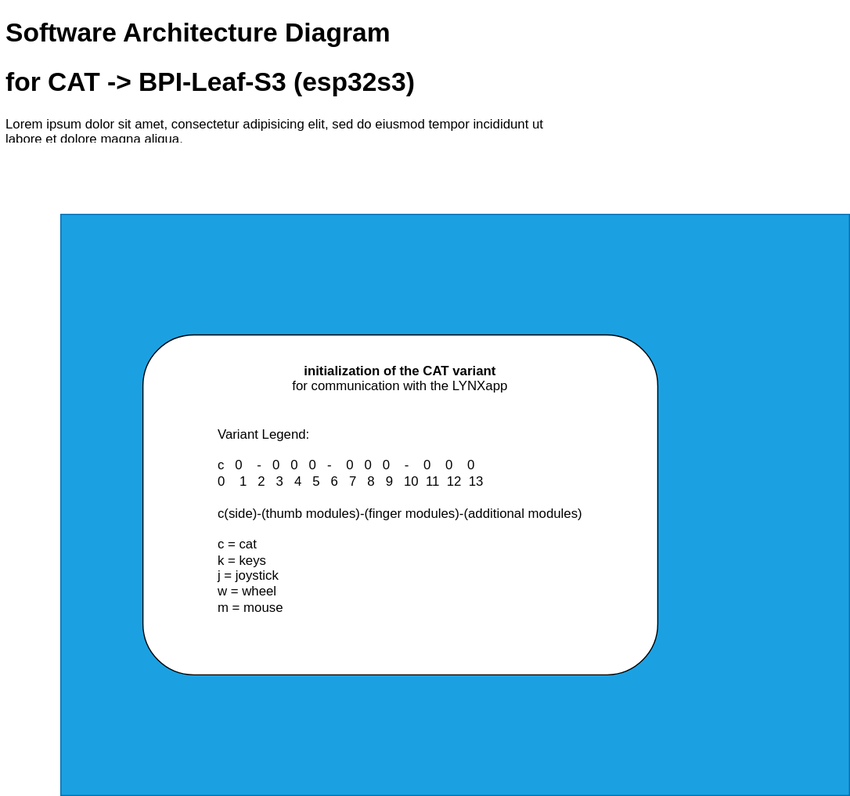
Before: images/SAD.svg, a diagram exported from draw.io (ApeDevil/cat_BPI-Leaf-S3). Source tidied: cells renumbered, new cells last; positions are measured from the earlier drawing's top-left corner, leaving out a move shared by most shapes.
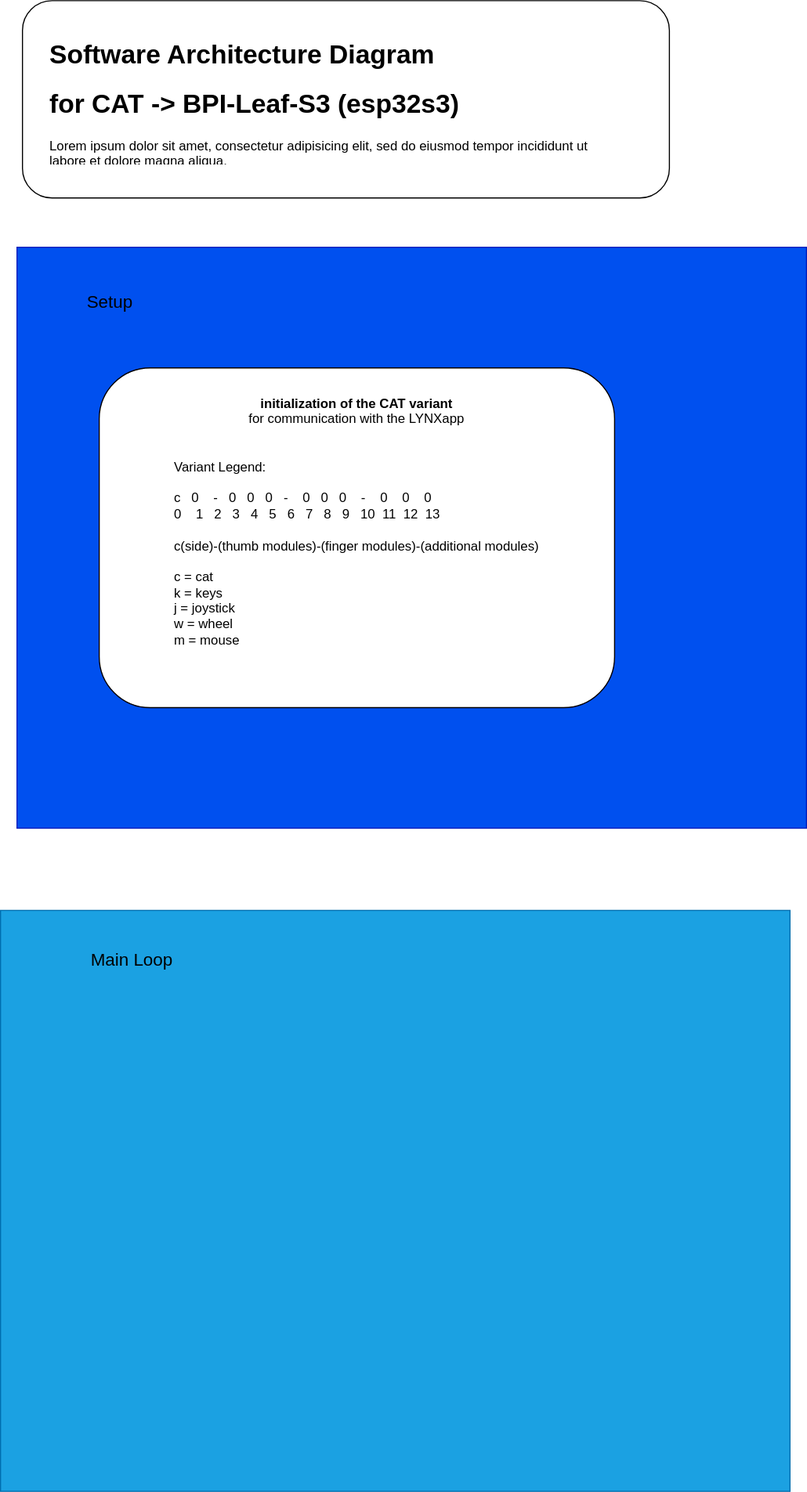
The same diagram one commit later.

What changed in the source:
```diff
@@ -2,14 +2,26 @@
   <root>
     <mxCell id="0" />
     <mxCell id="1" parent="0" />
+    <mxCell id="5" style="rounded=1;whiteSpace=wrap;html=1;" parent="1" vertex="1">
+      <mxGeometry x="60" y="-40" width="590" height="180" as="geometry" />
+    </mxCell>
-    <mxCell id="2" style="rounded=0;whiteSpace=wrap;html=1;fillColor=#1ba1e2;strokeColor=#006EAF;fontColor=#ffffff;" parent="1" vertex="1">
+    <mxCell id="2" style="rounded=0;whiteSpace=wrap;html=1;fillColor=#0050ef;strokeColor=#001DBC;fontColor=#ffffff;" parent="1" vertex="1">
       <mxGeometry x="55" y="185" width="720" height="530" as="geometry" />
     </mxCell>
     <mxCell id="3" value="&lt;h1&gt;Software Architecture Diagram&lt;/h1&gt;&lt;h1&gt;for CAT -&amp;gt; BPI-Leaf-S3 (esp32s3)&lt;/h1&gt;&lt;p&gt;Lorem ipsum dolor sit amet, consectetur adipisicing elit, sed do eiusmod tempor incididunt ut labore et dolore magna aliqua.&lt;/p&gt;" style="text;html=1;strokeColor=none;fillColor=none;spacing=5;spacingTop=-20;whiteSpace=wrap;overflow=hidden;rounded=0;" parent="1" vertex="1">
-      <mxGeometry width="530" height="120" as="geometry" />
+      <mxGeometry x="80" y="-10" width="530" height="120" as="geometry" />
     </mxCell>
     <mxCell id="4" value="&lt;b&gt;initialization of the CAT variant&lt;/b&gt;&lt;br&gt;for communication with the LYNXapp&lt;br&gt;&lt;br&gt;&lt;span style=&quot;background-color: initial;&quot;&gt;&lt;br&gt;&lt;div style=&quot;text-align: left;&quot;&gt;&lt;span style=&quot;background-color: initial;&quot;&gt;Variant Legend:&lt;/span&gt;&lt;/div&gt;&lt;/span&gt;&lt;div style=&quot;text-align: left;&quot;&gt;&lt;div&gt;&lt;br&gt;&lt;/div&gt;&lt;div&gt;c&amp;nbsp; &amp;nbsp;0&amp;nbsp; &amp;nbsp; -&amp;nbsp; &amp;nbsp;0&amp;nbsp; &amp;nbsp;0&amp;nbsp; &amp;nbsp;0&amp;nbsp; &amp;nbsp;-&amp;nbsp; &amp;nbsp; 0&amp;nbsp; &amp;nbsp;0&amp;nbsp; &amp;nbsp;0&amp;nbsp; &amp;nbsp; -&amp;nbsp; &amp;nbsp; 0&amp;nbsp; &amp;nbsp; 0&amp;nbsp; &amp;nbsp; 0&lt;/div&gt;&lt;div&gt;0&amp;nbsp; &amp;nbsp; 1&amp;nbsp; &amp;nbsp;2&amp;nbsp; &amp;nbsp;3&amp;nbsp; &amp;nbsp;4&amp;nbsp; &amp;nbsp;5&amp;nbsp; &amp;nbsp;6&amp;nbsp; &amp;nbsp;7&amp;nbsp; &amp;nbsp;8&amp;nbsp; &amp;nbsp;9&amp;nbsp; &amp;nbsp;10&amp;nbsp; 11&amp;nbsp; 12&amp;nbsp; 13&lt;/div&gt;&lt;div&gt;&lt;br&gt;&lt;/div&gt;&lt;div&gt;c(side)-(thumb modules)-(finger modules)-(additional modules)&lt;/div&gt;&lt;div&gt;&lt;br&gt;&lt;/div&gt;&lt;div&gt;c = cat&lt;/div&gt;&lt;div&gt;k = keys&lt;/div&gt;&lt;div&gt;j = joystick&lt;/div&gt;&lt;div&gt;w = wheel&lt;/div&gt;&lt;div&gt;m = mouse&lt;/div&gt;&lt;div&gt;&lt;br&gt;&lt;/div&gt;&lt;div&gt;&lt;br&gt;&lt;/div&gt;&lt;/div&gt;" style="rounded=1;whiteSpace=wrap;html=1;" parent="1" vertex="1">
       <mxGeometry x="130" y="295" width="470" height="310" as="geometry" />
     </mxCell>
+    <mxCell id="6" style="rounded=0;whiteSpace=wrap;html=1;fillColor=#1ba1e2;strokeColor=#006EAF;fontColor=#ffffff;" parent="1" vertex="1">
+      <mxGeometry x="40" y="790" width="720" height="530" as="geometry" />
+    </mxCell>
+    <mxCell id="7" value="Setup" style="text;html=1;strokeColor=none;fillColor=none;align=center;verticalAlign=middle;whiteSpace=wrap;rounded=0;fontSize=16;fontColor=#000000;" parent="1" vertex="1">
+      <mxGeometry x="110" y="220" width="60" height="30" as="geometry" />
+    </mxCell>
+    <mxCell id="8" value="Main Loop" style="text;html=1;strokeColor=none;fillColor=none;align=center;verticalAlign=middle;whiteSpace=wrap;rounded=0;fontSize=16;fontColor=#000000;" parent="1" vertex="1">
+      <mxGeometry x="80" y="820" width="160" height="30" as="geometry" />
+    </mxCell>
   </root>
 </mxGraphModel>
```
